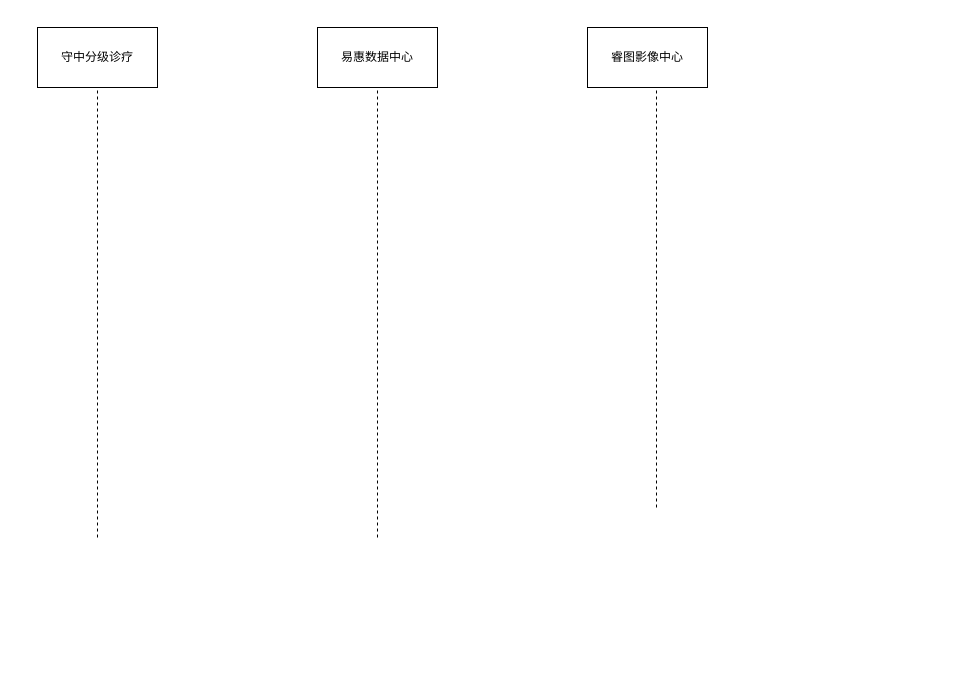
This is source/医学影像对接.drawio from SmileCJX/processon, a draw.io file, before an edit. Source tidied: cells renumbered, new cells numbered last; positions are measured from the earlier drawing's top-left corner, leaving out a move shared by most shapes. Both pictures are drawn from the tidied source at 100%, with x=0, y=0 at pixel (37, 27).
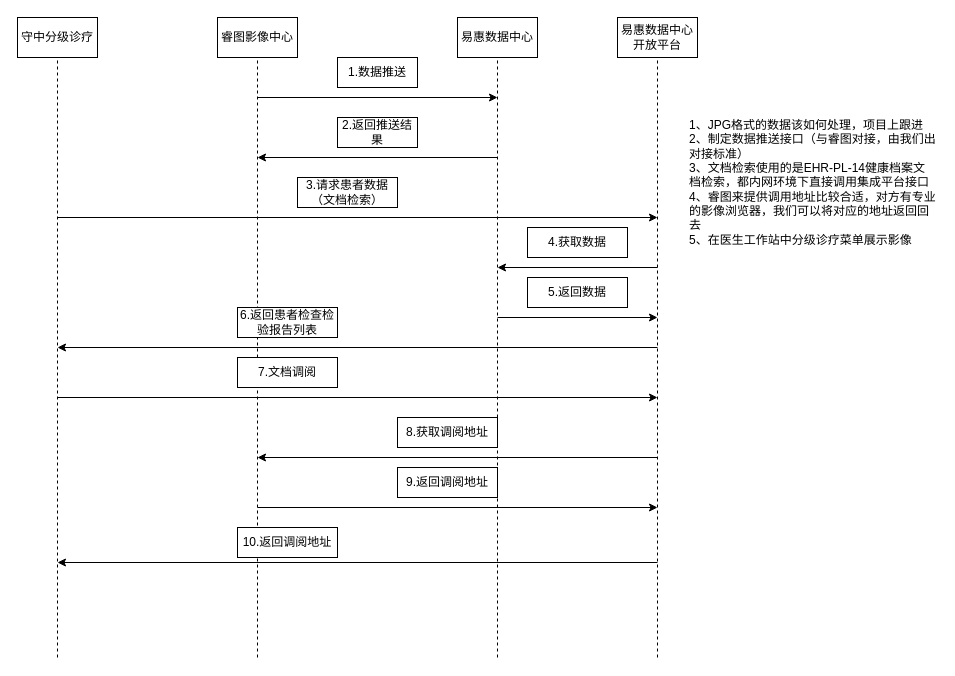
After the change.

Commit message:
更新医学影像对接.drawio

The edit, as a diff of the source:
```diff
@@
     <mxCell id="2" value="守中分级诊疗" style="rounded=0;whiteSpace=wrap;html=1;" parent="1" vertex="1">
-      <mxGeometry width="120" height="60" as="geometry" />
+      <mxGeometry x="-20" y="-10" width="80" height="40" as="geometry" />
     </mxCell>
     <mxCell id="3" value="易惠数据中心" style="rounded=0;whiteSpace=wrap;html=1;" parent="1" vertex="1">
-      <mxGeometry x="280" width="120" height="60" as="geometry" />
+      <mxGeometry x="420" y="-10" width="80" height="40" as="geometry" />
     </mxCell>
     <mxCell id="4" value="睿图影像中心" style="rounded=0;whiteSpace=wrap;html=1;" parent="1" vertex="1">
-      <mxGeometry x="550" width="120" height="60" as="geometry" />
+      <mxGeometry x="180" y="-10" width="80" height="40" as="geometry" />
     </mxCell>
     <mxCell id="5" style="endArrow=none;dashed=1;html=1;entryX=0.5;entryY=1;entryDx=0;entryDy=0;" parent="1" edge="1" target="2">
       <mxGeometry relative="1" as="geometry">
-        <mxPoint x="60" y="510" as="sourcePoint" />
+        <mxPoint x="20" y="630" as="sourcePoint" />
       </mxGeometry>
     </mxCell>
     <mxCell id="6" style="endArrow=none;dashed=1;html=1;entryX=0.5;entryY=1;entryDx=0;entryDy=0;" parent="1" edge="1" target="3">
       <mxGeometry relative="1" as="geometry">
-        <mxPoint x="340" y="510" as="sourcePoint" />
+        <mxPoint x="460" y="630" as="sourcePoint" />
       </mxGeometry>
     </mxCell>
-    <mxCell id="7" style="endArrow=none;dashed=1;html=1;entryX=0.575;entryY=1.017;entryDx=0;entryDy=0;entryPerimeter=0;" parent="1" edge="1" target="4">
+    <mxCell id="7" style="endArrow=none;dashed=1;html=1;entryX=0.5;entryY=1;entryDx=0;entryDy=0;" parent="1" edge="1" target="4">
       <mxGeometry relative="1" as="geometry">
-        <mxPoint x="619" y="480" as="sourcePoint" />
+        <mxPoint x="220" y="630" as="sourcePoint" />
       </mxGeometry>
     </mxCell>
+    <mxCell id="8" style="endArrow=classic;html=1;" parent="1" edge="1">
+      <mxGeometry relative="1" as="geometry">
+        <mxPoint x="220" y="70" as="sourcePoint" />
+        <mxPoint x="460" y="70" as="targetPoint" />
+      </mxGeometry>
+    </mxCell>
+    <mxCell id="9" value="1.数据推送" style="rounded=0;whiteSpace=wrap;html=1;" parent="1" vertex="1">
+      <mxGeometry x="300" y="30" width="80" height="30" as="geometry" />
+    </mxCell>
+    <mxCell id="10" value="2.返回推送结果" style="rounded=0;whiteSpace=wrap;html=1;" parent="1" vertex="1">
+      <mxGeometry x="300" y="90" width="80" height="30" as="geometry" />
+    </mxCell>
+    <mxCell id="11" style="endArrow=classic;html=1;" parent="1" edge="1">
+      <mxGeometry relative="1" as="geometry">
+        <mxPoint x="460" y="130" as="sourcePoint" />
+        <mxPoint x="220" y="130" as="targetPoint" />
+      </mxGeometry>
+    </mxCell>
+    <mxCell id="12" style="endArrow=classic;html=1;" parent="1" edge="1">
+      <mxGeometry relative="1" as="geometry">
+        <mxPoint x="20" y="190" as="sourcePoint" />
+        <mxPoint x="620" y="190" as="targetPoint" />
+      </mxGeometry>
+    </mxCell>
+    <mxCell id="13" value="3.请求患者数据&lt;br&gt;（文档检索）" style="rounded=0;whiteSpace=wrap;html=1;" parent="1" vertex="1">
+      <mxGeometry x="260" y="150" width="100" height="30" as="geometry" />
+    </mxCell>
+    <mxCell id="14" style="endArrow=classic;html=1;" parent="1" edge="1">
+      <mxGeometry relative="1" as="geometry">
+        <mxPoint x="620" y="240" as="sourcePoint" />
+        <mxPoint x="460" y="240" as="targetPoint" />
+      </mxGeometry>
+    </mxCell>
+    <mxCell id="15" value="6.返回患者检查检验报告列表" style="rounded=0;whiteSpace=wrap;html=1;" parent="1" vertex="1">
+      <mxGeometry x="200" y="280" width="100" height="30" as="geometry" />
+    </mxCell>
+    <mxCell id="16" style="endArrow=classic;html=1;" parent="1" edge="1">
+      <mxGeometry relative="1" as="geometry">
+        <mxPoint x="20" y="370" as="sourcePoint" />
+        <mxPoint x="620" y="370" as="targetPoint" />
+      </mxGeometry>
+    </mxCell>
+    <mxCell id="17" value="7.文档调阅" style="rounded=0;whiteSpace=wrap;html=1;" parent="1" vertex="1">
+      <mxGeometry x="200" y="330" width="100" height="30" as="geometry" />
+    </mxCell>
+    <mxCell id="18" value="易惠数据中心开放平台" style="rounded=0;whiteSpace=wrap;html=1;" parent="1" vertex="1">
+      <mxGeometry x="580" y="-10" width="80" height="40" as="geometry" />
+    </mxCell>
+    <mxCell id="19" style="endArrow=none;dashed=1;html=1;entryX=0.5;entryY=1;entryDx=0;entryDy=0;" parent="1" edge="1" target="18">
+      <mxGeometry relative="1" as="geometry">
+        <mxPoint x="620" y="630" as="sourcePoint" />
+      </mxGeometry>
+    </mxCell>
+    <mxCell id="20" value="4.获取数据" style="rounded=0;whiteSpace=wrap;html=1;" parent="1" vertex="1">
+      <mxGeometry x="490" y="200" width="100" height="30" as="geometry" />
+    </mxCell>
+    <mxCell id="21" style="endArrow=classic;html=1;" parent="1" edge="1">
+      <mxGeometry relative="1" as="geometry">
+        <mxPoint x="460" y="290" as="sourcePoint" />
+        <mxPoint x="620" y="290" as="targetPoint" />
+      </mxGeometry>
+    </mxCell>
+    <mxCell id="22" value="5.返回数据" style="rounded=0;whiteSpace=wrap;html=1;" parent="1" vertex="1">
+      <mxGeometry x="490" y="250" width="100" height="30" as="geometry" />
+    </mxCell>
+    <mxCell id="23" style="endArrow=classic;html=1;" parent="1" edge="1">
+      <mxGeometry relative="1" as="geometry">
+        <mxPoint x="620" y="320" as="sourcePoint" />
+        <mxPoint x="20" y="320" as="targetPoint" />
+      </mxGeometry>
+    </mxCell>
+    <mxCell id="24" style="endArrow=classic;html=1;" parent="1" edge="1">
+      <mxGeometry relative="1" as="geometry">
+        <mxPoint x="620" y="430" as="sourcePoint" />
+        <mxPoint x="220" y="430" as="targetPoint" />
+      </mxGeometry>
+    </mxCell>
+    <mxCell id="25" value="8.获取调阅地址" style="rounded=0;whiteSpace=wrap;html=1;" parent="1" vertex="1">
+      <mxGeometry x="360" y="390" width="100" height="30" as="geometry" />
+    </mxCell>
+    <mxCell id="26" style="endArrow=classic;html=1;" parent="1" edge="1">
+      <mxGeometry relative="1" as="geometry">
+        <mxPoint x="220" y="480" as="sourcePoint" />
+        <mxPoint x="620" y="480" as="targetPoint" />
+      </mxGeometry>
+    </mxCell>
+    <mxCell id="27" value="9.返回调阅地址" style="rounded=0;whiteSpace=wrap;html=1;" parent="1" vertex="1">
+      <mxGeometry x="360" y="440" width="100" height="30" as="geometry" />
+    </mxCell>
+    <mxCell id="28" style="endArrow=classic;html=1;" parent="1" edge="1">
+      <mxGeometry relative="1" as="geometry">
+        <mxPoint x="620" y="535" as="sourcePoint" />
+        <mxPoint x="20" y="535" as="targetPoint" />
+      </mxGeometry>
+    </mxCell>
+    <mxCell id="29" value="10.返回调阅地址" style="rounded=0;whiteSpace=wrap;html=1;" parent="1" vertex="1">
+      <mxGeometry x="200" y="500" width="100" height="30" as="geometry" />
+    </mxCell>
+    <mxCell id="30" value="&lt;div&gt;1、JPG格式的数据该如何处理，项目上跟进&lt;/div&gt;&lt;div&gt;2、制定数据推送接口（与睿图对接，由我们出对接标准）&lt;/div&gt;&lt;div&gt;3、文档检索使用的是EHR-PL-14健康档案文档检索，都内网环境下直接调用集成平台接口&lt;/div&gt;&lt;div&gt;4、睿图来提供调用地址比较合适，对方有专业的影像浏览器，我们可以将对应的地址返回回去&lt;/div&gt;&lt;div&gt;5、在医生工作站中分级诊疗菜单展示影像&lt;/div&gt;" style="text;html=1;strokeColor=none;fillColor=none;align=left;verticalAlign=middle;whiteSpace=wrap;rounded=0;" parent="1" vertex="1">
+      <mxGeometry x="650" y="30" width="250" height="250" as="geometry" />
+    </mxCell>
```
